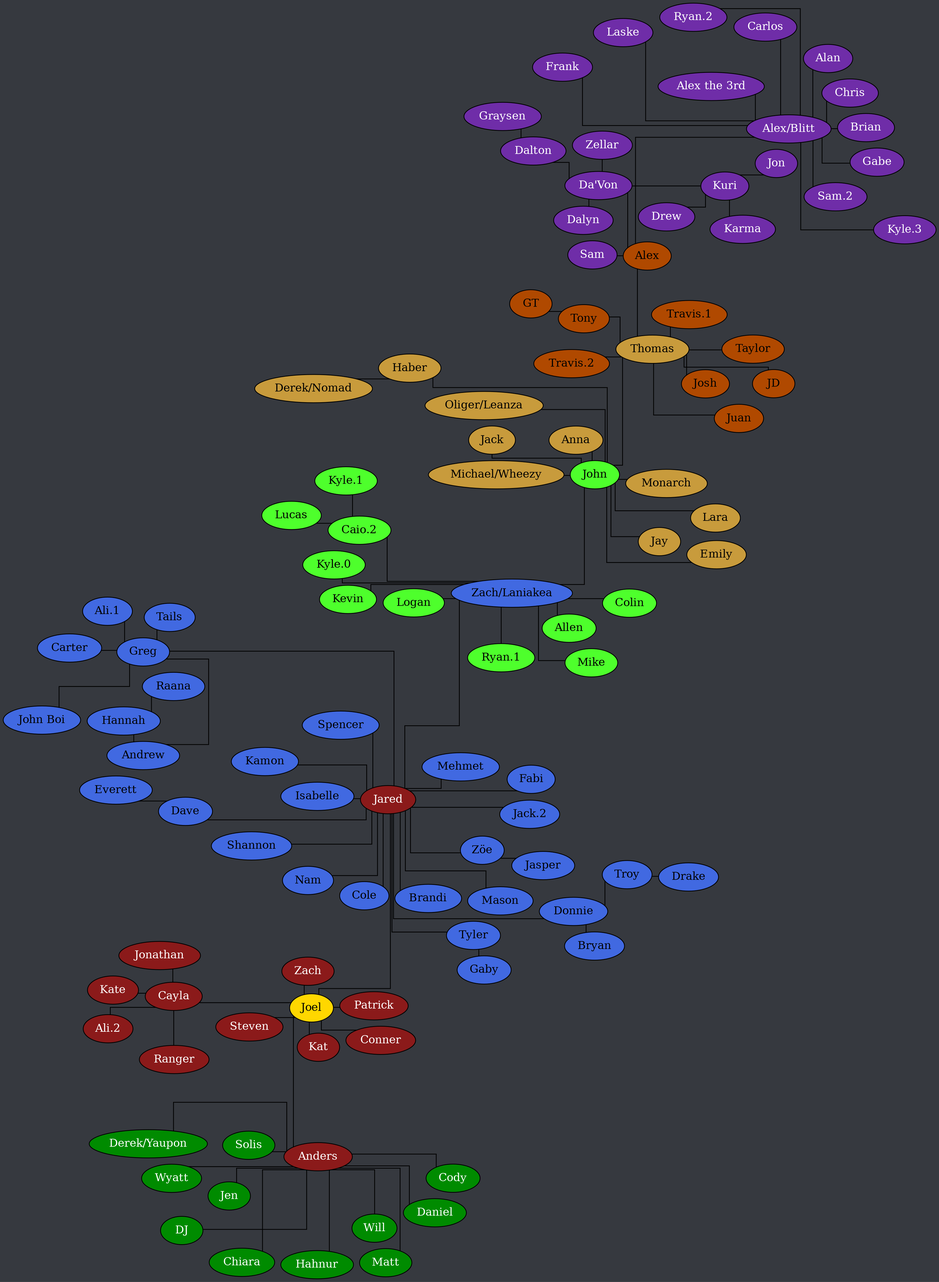
Earlier version of the Graphviz export tree.png (Documidas/CoronaCatzFamilyTree). Its source is kept beside it as tree.dot.
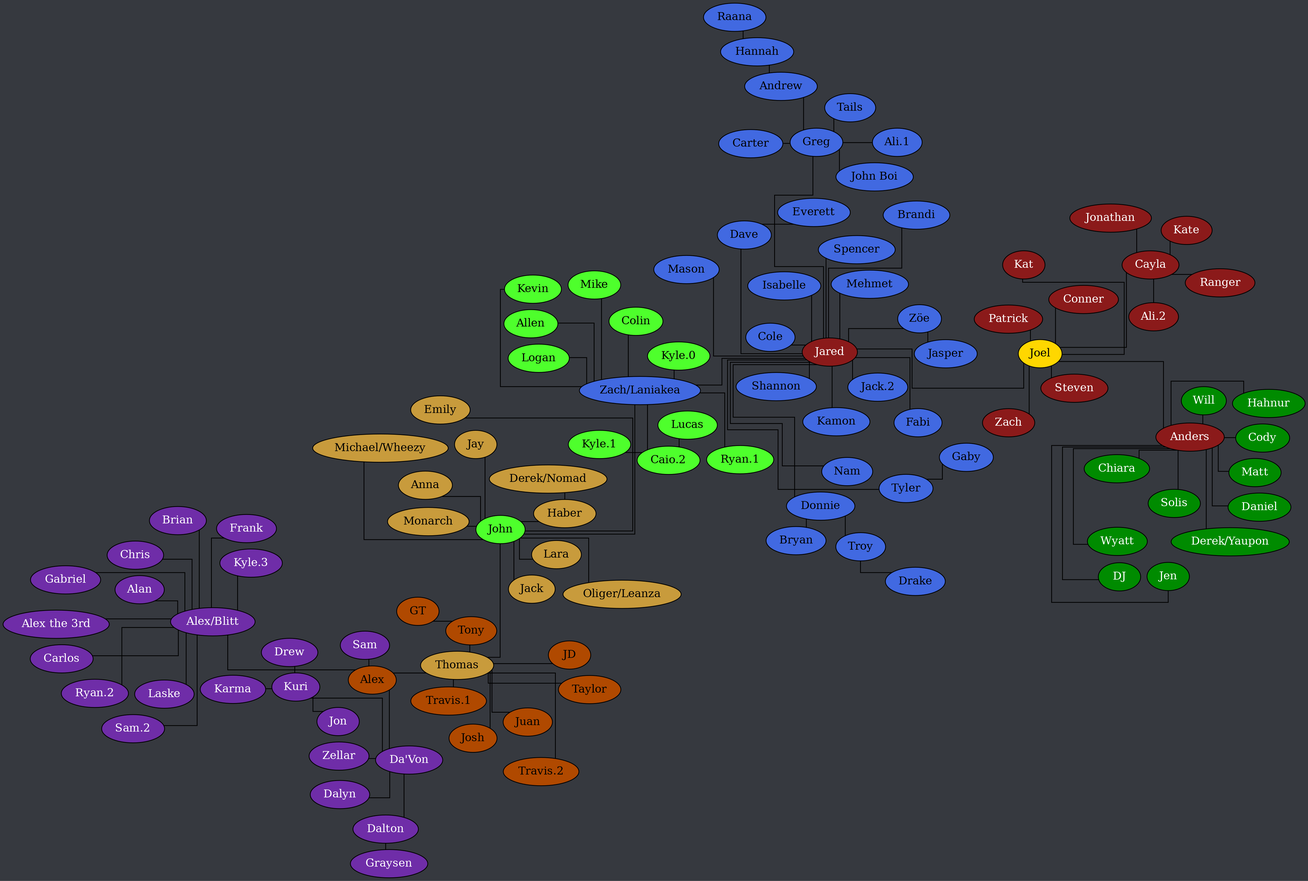
After the commit.

Commit message:
Change Gabe to Gabriel

Change to the diagram source:
```diff
@@ -143,7 +143,7 @@
 		"Alex/Blitt" -- Carlos;
 		"Alex/Blitt" -- Chris;
 		"Alex/Blitt" -- Frank;
-		"Alex/Blitt" -- Gabe;
+		"Alex/Blitt" -- Gabriel;
 		"Alex/Blitt" -- "Kyle.3";
 		"Alex/Blitt" -- Laske;
 		"Alex/Blitt" -- "Ryan.2";
```
